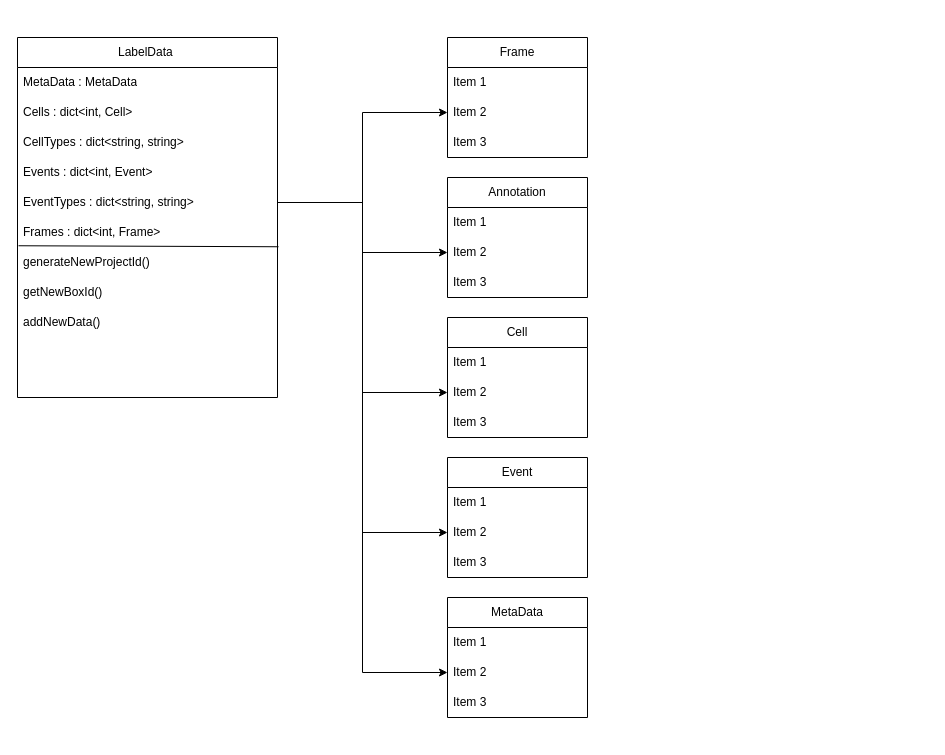
This is BetterDemo/DesignDocuments/labelData.drawio from TSABM/inbre-retina, a draw.io file, before an edit. Source tidied: cells renumbered, new cells numbered last; positions are measured from the earlier drawing's top-left corner, leaving out a move shared by most shapes. Both pictures are drawn from the tidied source at 100%, with x=0, y=0 at pixel (17, 37).
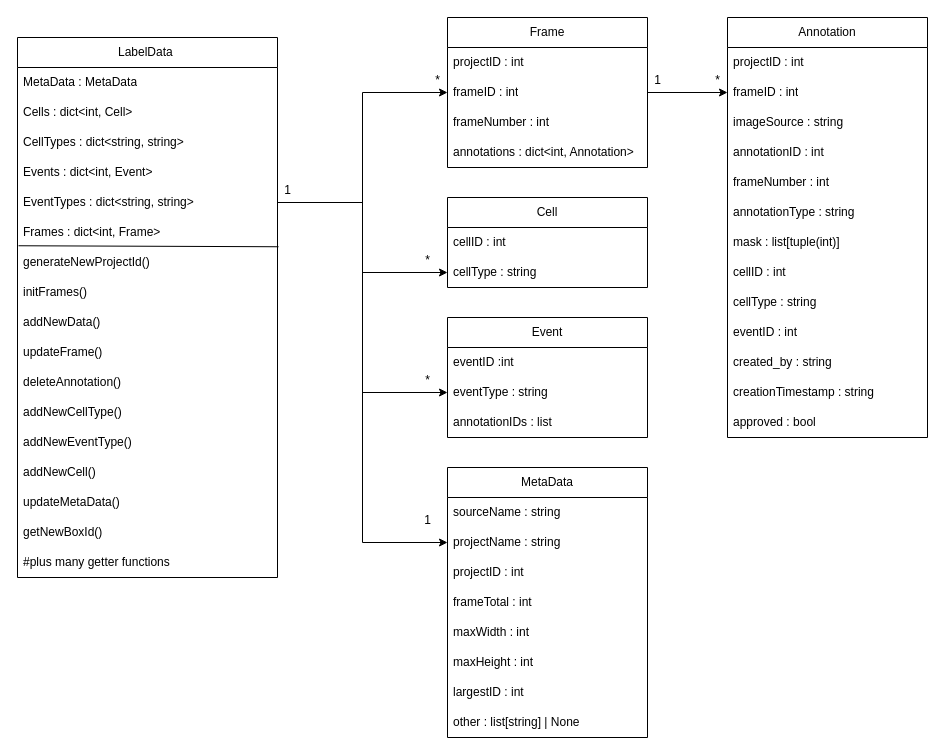
After the change.

Commit message (it also covers changes not shown here):
added more documentation for label data

The change refers to these unchanged cells:
```xml
<mxCell id="7" value="EventTypes : dict&amp;lt;string, string&amp;gt;" style="text;strokeColor=none;fillColor=none;align=left;verticalAlign=middle;spacingLeft=4;spacingRight=4;overflow=hidden;points=[[0,0.5],[1,0.5]];portConstraint=eastwest;whiteSpace=wrap;html=1;" parent="2" vertex="1">
  <mxGeometry y="150" width="260" height="30" as="geometry" />
</mxCell>
```

Diff of the diagram source:
```diff
@@
     <mxCell id="2" value="LabelData&amp;nbsp;" style="swimlane;fontStyle=0;horizontal=1;startSize=30;whiteSpace=wrap;html=1;swimlaneLine=1;" parent="1" vertex="1">
-      <mxGeometry width="260" height="360" as="geometry" />
+      <mxGeometry width="260" height="540" as="geometry" />
     </mxCell>
@@
-    <mxCell id="10" value="getNewBoxId()" style="text;strokeColor=none;fillColor=none;align=left;verticalAlign=middle;spacingLeft=4;spacingRight=4;overflow=hidden;whiteSpace=wrap;html=1;" parent="2" vertex="1">
-      <mxGeometry y="240" width="260" height="30" as="geometry" />
-    </mxCell>
+    <mxCell id="40" value="initFrames()" style="text;strokeColor=none;fillColor=none;align=left;verticalAlign=middle;spacingLeft=4;spacingRight=4;overflow=hidden;whiteSpace=wrap;html=1;" parent="2" vertex="1">
+      <mxGeometry y="240" width="260" height="30" as="geometry" />
+    </mxCell>
@@
-    <mxCell id="12" style="text;strokeColor=none;fillColor=none;align=left;verticalAlign=middle;spacingLeft=4;spacingRight=4;overflow=hidden;whiteSpace=wrap;html=1;" parent="2" vertex="1">
+    <mxCell id="12" value="updateFrame()" style="text;strokeColor=none;fillColor=none;align=left;verticalAlign=middle;spacingLeft=4;spacingRight=4;overflow=hidden;whiteSpace=wrap;html=1;" parent="2" vertex="1">
       <mxGeometry y="300" width="260" height="30" as="geometry" />
     </mxCell>
-    <mxCell id="13" style="text;strokeColor=none;fillColor=none;align=left;verticalAlign=middle;spacingLeft=4;spacingRight=4;overflow=hidden;whiteSpace=wrap;html=1;" parent="2" vertex="1">
+    <mxCell id="13" value="deleteAnnotation()" style="text;strokeColor=none;fillColor=none;align=left;verticalAlign=middle;spacingLeft=4;spacingRight=4;overflow=hidden;whiteSpace=wrap;html=1;" parent="2" vertex="1">
       <mxGeometry y="330" width="260" height="30" as="geometry" />
     </mxCell>
+    <mxCell id="41" value="addNewCellType()" style="text;strokeColor=none;fillColor=none;align=left;verticalAlign=middle;spacingLeft=4;spacingRight=4;overflow=hidden;whiteSpace=wrap;html=1;" parent="2" vertex="1">
+      <mxGeometry y="360" width="260" height="30" as="geometry" />
+    </mxCell>
+    <mxCell id="42" value="addNewEventType()" style="text;strokeColor=none;fillColor=none;align=left;verticalAlign=middle;spacingLeft=4;spacingRight=4;overflow=hidden;whiteSpace=wrap;html=1;" parent="2" vertex="1">
+      <mxGeometry y="390" width="260" height="30" as="geometry" />
+    </mxCell>
+    <mxCell id="43" value="addNewCell()" style="text;strokeColor=none;fillColor=none;align=left;verticalAlign=middle;spacingLeft=4;spacingRight=4;overflow=hidden;whiteSpace=wrap;html=1;" parent="2" vertex="1">
+      <mxGeometry y="420" width="260" height="30" as="geometry" />
+    </mxCell>
+    <mxCell id="44" value="updateMetaData()" style="text;strokeColor=none;fillColor=none;align=left;verticalAlign=middle;spacingLeft=4;spacingRight=4;overflow=hidden;whiteSpace=wrap;html=1;" parent="2" vertex="1">
+      <mxGeometry y="450" width="260" height="30" as="geometry" />
+    </mxCell>
+    <mxCell id="10" value="getNewBoxId()" style="text;strokeColor=none;fillColor=none;align=left;verticalAlign=middle;spacingLeft=4;spacingRight=4;overflow=hidden;whiteSpace=wrap;html=1;" parent="2" vertex="1">
+      <mxGeometry y="480" width="260" height="30" as="geometry" />
+    </mxCell>
+    <mxCell id="45" value="#plus many getter functions" style="text;strokeColor=none;fillColor=none;align=left;verticalAlign=middle;spacingLeft=4;spacingRight=4;overflow=hidden;whiteSpace=wrap;html=1;" parent="2" vertex="1">
+      <mxGeometry y="510" width="260" height="30" as="geometry" />
+    </mxCell>
@@
+    <mxCell id="46" style="edgeStyle=orthogonalEdgeStyle;rounded=0;jettySize=auto;html=1;entryX=0;entryY=0.5;entryDx=0;entryDy=0;" parent="1" edge="1" source="15" target="21">
+      <mxGeometry relative="1" as="geometry" />
+    </mxCell>
     <mxCell id="15" value="Frame" style="swimlane;fontStyle=0;horizontal=1;startSize=30;whiteSpace=wrap;html=1;" parent="1" vertex="1">
-      <mxGeometry x="430" width="140" height="120" as="geometry" />
+      <mxGeometry x="430" y="-20" width="200" height="150" as="geometry" />
     </mxCell>
-    <mxCell id="16" value="Item 1" style="text;strokeColor=none;fillColor=none;align=left;verticalAlign=middle;spacingLeft=4;spacingRight=4;overflow=hidden;whiteSpace=wrap;html=1;" parent="15" vertex="1">
-      <mxGeometry y="30" width="140" height="30" as="geometry" />
+    <mxCell id="16" value="projectID : int" style="text;strokeColor=none;fillColor=none;align=left;verticalAlign=middle;spacingLeft=4;spacingRight=4;overflow=hidden;whiteSpace=wrap;html=1;" parent="15" vertex="1">
+      <mxGeometry y="30" width="200" height="30" as="geometry" />
     </mxCell>
-    <mxCell id="17" value="Item 2" style="text;strokeColor=none;fillColor=none;align=left;verticalAlign=middle;spacingLeft=4;spacingRight=4;overflow=hidden;points=[[0,0.5],[1,0.5]];portConstraint=eastwest;whiteSpace=wrap;html=1;" parent="15" vertex="1">
-      <mxGeometry y="60" width="140" height="30" as="geometry" />
+    <mxCell id="17" value="frameID : int" style="text;strokeColor=none;fillColor=none;align=left;verticalAlign=middle;spacingLeft=4;spacingRight=4;overflow=hidden;points=[[0,0.5],[1,0.5]];portConstraint=eastwest;whiteSpace=wrap;html=1;" parent="15" vertex="1">
+      <mxGeometry y="60" width="200" height="30" as="geometry" />
     </mxCell>
-    <mxCell id="18" value="Item 3" style="text;strokeColor=none;fillColor=none;align=left;verticalAlign=middle;spacingLeft=4;spacingRight=4;overflow=hidden;whiteSpace=wrap;html=1;" parent="15" vertex="1">
-      <mxGeometry y="90" width="140" height="30" as="geometry" />
+    <mxCell id="18" value="frameNumber : int" style="text;strokeColor=none;fillColor=none;align=left;verticalAlign=middle;spacingLeft=4;spacingRight=4;overflow=hidden;whiteSpace=wrap;html=1;" parent="15" vertex="1">
+      <mxGeometry y="90" width="200" height="30" as="geometry" />
     </mxCell>
+    <mxCell id="47" value="annotations : dict&amp;lt;int, Annotation&amp;gt;" style="text;strokeColor=none;fillColor=none;align=left;verticalAlign=middle;spacingLeft=4;spacingRight=4;overflow=hidden;whiteSpace=wrap;html=1;" parent="15" vertex="1">
+      <mxGeometry y="120" width="200" height="30" as="geometry" />
+    </mxCell>
     <mxCell id="19" value="Annotation" style="swimlane;fontStyle=0;horizontal=1;startSize=30;whiteSpace=wrap;html=1;" parent="1" vertex="1">
-      <mxGeometry x="430" y="140" width="140" height="120" as="geometry" />
+      <mxGeometry x="710" y="-20" width="200" height="420" as="geometry" />
     </mxCell>
-    <mxCell id="20" value="Item 1" style="text;strokeColor=none;fillColor=none;align=left;verticalAlign=middle;spacingLeft=4;spacingRight=4;overflow=hidden;whiteSpace=wrap;html=1;" parent="19" vertex="1">
-      <mxGeometry y="30" width="140" height="30" as="geometry" />
+    <mxCell id="20" value="projectID : int" style="text;strokeColor=none;fillColor=none;align=left;verticalAlign=middle;spacingLeft=4;spacingRight=4;overflow=hidden;whiteSpace=wrap;html=1;" parent="19" vertex="1">
+      <mxGeometry y="30" width="200" height="30" as="geometry" />
     </mxCell>
-    <mxCell id="21" value="Item 2" style="text;strokeColor=none;fillColor=none;align=left;verticalAlign=middle;spacingLeft=4;spacingRight=4;overflow=hidden;points=[[0,0.5],[1,0.5]];portConstraint=eastwest;whiteSpace=wrap;html=1;" parent="19" vertex="1">
-      <mxGeometry y="60" width="140" height="30" as="geometry" />
+    <mxCell id="21" value="frameID : int" style="text;strokeColor=none;fillColor=none;align=left;verticalAlign=middle;spacingLeft=4;spacingRight=4;overflow=hidden;points=[[0,0.5],[1,0.5]];portConstraint=eastwest;whiteSpace=wrap;html=1;" parent="19" vertex="1">
+      <mxGeometry y="60" width="200" height="30" as="geometry" />
     </mxCell>
-    <mxCell id="22" value="Item 3" style="text;strokeColor=none;fillColor=none;align=left;verticalAlign=middle;spacingLeft=4;spacingRight=4;overflow=hidden;whiteSpace=wrap;html=1;" parent="19" vertex="1">
-      <mxGeometry y="90" width="140" height="30" as="geometry" />
+    <mxCell id="22" value="imageSource : string" style="text;strokeColor=none;fillColor=none;align=left;verticalAlign=middle;spacingLeft=4;spacingRight=4;overflow=hidden;whiteSpace=wrap;html=1;" parent="19" vertex="1">
+      <mxGeometry y="90" width="200" height="30" as="geometry" />
     </mxCell>
+    <mxCell id="48" value="annotationID : int" style="text;strokeColor=none;fillColor=none;align=left;verticalAlign=middle;spacingLeft=4;spacingRight=4;overflow=hidden;whiteSpace=wrap;html=1;" parent="19" vertex="1">
+      <mxGeometry y="120" width="200" height="30" as="geometry" />
+    </mxCell>
+    <mxCell id="49" value="frameNumber : int" style="text;strokeColor=none;fillColor=none;align=left;verticalAlign=middle;spacingLeft=4;spacingRight=4;overflow=hidden;whiteSpace=wrap;html=1;" parent="19" vertex="1">
+      <mxGeometry y="150" width="200" height="30" as="geometry" />
+    </mxCell>
+    <mxCell id="50" value="annotationType : string" style="text;strokeColor=none;fillColor=none;align=left;verticalAlign=middle;spacingLeft=4;spacingRight=4;overflow=hidden;whiteSpace=wrap;html=1;" parent="19" vertex="1">
+      <mxGeometry y="180" width="200" height="30" as="geometry" />
+    </mxCell>
+    <mxCell id="51" value="mask : list[tuple(int)]" style="text;strokeColor=none;fillColor=none;align=left;verticalAlign=middle;spacingLeft=4;spacingRight=4;overflow=hidden;whiteSpace=wrap;html=1;" parent="19" vertex="1">
+      <mxGeometry y="210" width="200" height="30" as="geometry" />
+    </mxCell>
+    <mxCell id="52" value="cellID : int" style="text;strokeColor=none;fillColor=none;align=left;verticalAlign=middle;spacingLeft=4;spacingRight=4;overflow=hidden;whiteSpace=wrap;html=1;" parent="19" vertex="1">
+      <mxGeometry y="240" width="200" height="30" as="geometry" />
+    </mxCell>
+    <mxCell id="53" value="cellType : string" style="text;strokeColor=none;fillColor=none;align=left;verticalAlign=middle;spacingLeft=4;spacingRight=4;overflow=hidden;whiteSpace=wrap;html=1;" parent="19" vertex="1">
+      <mxGeometry y="270" width="200" height="30" as="geometry" />
+    </mxCell>
+    <mxCell id="54" value="eventID : int" style="text;strokeColor=none;fillColor=none;align=left;verticalAlign=middle;spacingLeft=4;spacingRight=4;overflow=hidden;whiteSpace=wrap;html=1;" parent="19" vertex="1">
+      <mxGeometry y="300" width="200" height="30" as="geometry" />
+    </mxCell>
+    <mxCell id="55" value="created_by : string" style="text;strokeColor=none;fillColor=none;align=left;verticalAlign=middle;spacingLeft=4;spacingRight=4;overflow=hidden;whiteSpace=wrap;html=1;" parent="19" vertex="1">
+      <mxGeometry y="330" width="200" height="30" as="geometry" />
+    </mxCell>
+    <mxCell id="56" value="creationTimestamp : string" style="text;strokeColor=none;fillColor=none;align=left;verticalAlign=middle;spacingLeft=4;spacingRight=4;overflow=hidden;whiteSpace=wrap;html=1;" parent="19" vertex="1">
+      <mxGeometry y="360" width="200" height="30" as="geometry" />
+    </mxCell>
+    <mxCell id="57" value="approved : bool" style="text;strokeColor=none;fillColor=none;align=left;verticalAlign=middle;spacingLeft=4;spacingRight=4;overflow=hidden;whiteSpace=wrap;html=1;" parent="19" vertex="1">
+      <mxGeometry y="390" width="200" height="30" as="geometry" />
+    </mxCell>
     <mxCell id="23" value="Cell" style="swimlane;fontStyle=0;horizontal=1;startSize=30;whiteSpace=wrap;html=1;" parent="1" vertex="1">
-      <mxGeometry x="430" y="280" width="140" height="120" as="geometry" />
+      <mxGeometry x="430" y="160" width="200" height="90" as="geometry" />
     </mxCell>
-    <mxCell id="24" value="Item 1" style="text;strokeColor=none;fillColor=none;align=left;verticalAlign=middle;spacingLeft=4;spacingRight=4;overflow=hidden;whiteSpace=wrap;html=1;" parent="23" vertex="1">
-      <mxGeometry y="30" width="140" height="30" as="geometry" />
+    <mxCell id="24" value="cellID : int" style="text;strokeColor=none;fillColor=none;align=left;verticalAlign=middle;spacingLeft=4;spacingRight=4;overflow=hidden;whiteSpace=wrap;html=1;" parent="23" vertex="1">
+      <mxGeometry y="30" width="200" height="30" as="geometry" />
     </mxCell>
-    <mxCell id="25" value="Item 2" style="text;strokeColor=none;fillColor=none;align=left;verticalAlign=middle;spacingLeft=4;spacingRight=4;overflow=hidden;points=[[0,0.5],[1,0.5]];portConstraint=eastwest;whiteSpace=wrap;html=1;" parent="23" vertex="1">
-      <mxGeometry y="60" width="140" height="30" as="geometry" />
+    <mxCell id="25" value="cellType : string" style="text;strokeColor=none;fillColor=none;align=left;verticalAlign=middle;spacingLeft=4;spacingRight=4;overflow=hidden;points=[[0,0.5],[1,0.5]];portConstraint=eastwest;whiteSpace=wrap;html=1;" parent="23" vertex="1">
+      <mxGeometry y="60" width="200" height="30" as="geometry" />
     </mxCell>
-    <mxCell id="26" value="Item 3" style="text;strokeColor=none;fillColor=none;align=left;verticalAlign=middle;spacingLeft=4;spacingRight=4;overflow=hidden;whiteSpace=wrap;html=1;" parent="23" vertex="1">
-      <mxGeometry y="90" width="140" height="30" as="geometry" />
-    </mxCell>
     <mxCell id="27" value="Event" style="swimlane;fontStyle=0;horizontal=1;startSize=30;whiteSpace=wrap;html=1;" parent="1" vertex="1">
-      <mxGeometry x="430" y="420" width="140" height="120" as="geometry" />
+      <mxGeometry x="430" y="280" width="200" height="120" as="geometry" />
     </mxCell>
-    <mxCell id="28" value="Item 1" style="text;strokeColor=none;fillColor=none;align=left;verticalAlign=middle;spacingLeft=4;spacingRight=4;overflow=hidden;whiteSpace=wrap;html=1;" parent="27" vertex="1">
-      <mxGeometry y="30" width="140" height="30" as="geometry" />
+    <mxCell id="28" value="eventID :int" style="text;strokeColor=none;fillColor=none;align=left;verticalAlign=middle;spacingLeft=4;spacingRight=4;overflow=hidden;whiteSpace=wrap;html=1;" parent="27" vertex="1">
+      <mxGeometry y="30" width="200" height="30" as="geometry" />
     </mxCell>
-    <mxCell id="29" value="Item 2" style="text;strokeColor=none;fillColor=none;align=left;verticalAlign=middle;spacingLeft=4;spacingRight=4;overflow=hidden;points=[[0,0.5],[1,0.5]];portConstraint=eastwest;whiteSpace=wrap;html=1;" parent="27" vertex="1">
-      <mxGeometry y="60" width="140" height="30" as="geometry" />
+    <mxCell id="29" value="eventType : string" style="text;strokeColor=none;fillColor=none;align=left;verticalAlign=middle;spacingLeft=4;spacingRight=4;overflow=hidden;points=[[0,0.5],[1,0.5]];portConstraint=eastwest;whiteSpace=wrap;html=1;" parent="27" vertex="1">
+      <mxGeometry y="60" width="200" height="30" as="geometry" />
     </mxCell>
-    <mxCell id="30" value="Item 3" style="text;strokeColor=none;fillColor=none;align=left;verticalAlign=middle;spacingLeft=4;spacingRight=4;overflow=hidden;whiteSpace=wrap;html=1;" parent="27" vertex="1">
-      <mxGeometry y="90" width="140" height="30" as="geometry" />
+    <mxCell id="30" value="annotationIDs : list" style="text;strokeColor=none;fillColor=none;align=left;verticalAlign=middle;spacingLeft=4;spacingRight=4;overflow=hidden;whiteSpace=wrap;html=1;" parent="27" vertex="1">
+      <mxGeometry y="90" width="200" height="30" as="geometry" />
     </mxCell>
     <mxCell id="31" value="MetaData" style="swimlane;fontStyle=0;horizontal=1;startSize=30;whiteSpace=wrap;html=1;" parent="1" vertex="1">
-      <mxGeometry x="430" y="560" width="140" height="120" as="geometry" />
+      <mxGeometry x="430" y="430" width="200" height="270" as="geometry" />
     </mxCell>
-    <mxCell id="32" value="Item 1" style="text;strokeColor=none;fillColor=none;align=left;verticalAlign=middle;spacingLeft=4;spacingRight=4;overflow=hidden;whiteSpace=wrap;html=1;" parent="31" vertex="1">
-      <mxGeometry y="30" width="140" height="30" as="geometry" />
+    <mxCell id="32" value="sourceName : string" style="text;strokeColor=none;fillColor=none;align=left;verticalAlign=middle;spacingLeft=4;spacingRight=4;overflow=hidden;whiteSpace=wrap;html=1;" parent="31" vertex="1">
+      <mxGeometry y="30" width="200" height="30" as="geometry" />
     </mxCell>
-    <mxCell id="33" value="Item 2" style="text;strokeColor=none;fillColor=none;align=left;verticalAlign=middle;spacingLeft=4;spacingRight=4;overflow=hidden;points=[[0,0.5],[1,0.5]];portConstraint=eastwest;whiteSpace=wrap;html=1;" parent="31" vertex="1">
-      <mxGeometry y="60" width="140" height="30" as="geometry" />
+    <mxCell id="33" value="projectName : string" style="text;strokeColor=none;fillColor=none;align=left;verticalAlign=middle;spacingLeft=4;spacingRight=4;overflow=hidden;points=[[0,0.5],[1,0.5]];portConstraint=eastwest;whiteSpace=wrap;html=1;" parent="31" vertex="1">
+      <mxGeometry y="60" width="200" height="30" as="geometry" />
     </mxCell>
-    <mxCell id="34" value="Item 3" style="text;strokeColor=none;fillColor=none;align=left;verticalAlign=middle;spacingLeft=4;spacingRight=4;overflow=hidden;whiteSpace=wrap;html=1;" parent="31" vertex="1">
-      <mxGeometry y="90" width="140" height="30" as="geometry" />
+    <mxCell id="34" value="projectID : int" style="text;strokeColor=none;fillColor=none;align=left;verticalAlign=middle;spacingLeft=4;spacingRight=4;overflow=hidden;whiteSpace=wrap;html=1;" parent="31" vertex="1">
+      <mxGeometry y="90" width="200" height="30" as="geometry" />
     </mxCell>
+    <mxCell id="58" value="frameTotal : int" style="text;strokeColor=none;fillColor=none;align=left;verticalAlign=middle;spacingLeft=4;spacingRight=4;overflow=hidden;whiteSpace=wrap;html=1;" parent="31" vertex="1">
+      <mxGeometry y="120" width="200" height="30" as="geometry" />
+    </mxCell>
+    <mxCell id="59" value="maxWidth : int" style="text;strokeColor=none;fillColor=none;align=left;verticalAlign=middle;spacingLeft=4;spacingRight=4;overflow=hidden;whiteSpace=wrap;html=1;" parent="31" vertex="1">
+      <mxGeometry y="150" width="200" height="30" as="geometry" />
+    </mxCell>
+    <mxCell id="60" value="maxHeight : int" style="text;strokeColor=none;fillColor=none;align=left;verticalAlign=middle;spacingLeft=4;spacingRight=4;overflow=hidden;whiteSpace=wrap;html=1;" parent="31" vertex="1">
+      <mxGeometry y="180" width="200" height="30" as="geometry" />
+    </mxCell>
+    <mxCell id="61" value="largestID : int" style="text;strokeColor=none;fillColor=none;align=left;verticalAlign=middle;spacingLeft=4;spacingRight=4;overflow=hidden;whiteSpace=wrap;html=1;" parent="31" vertex="1">
+      <mxGeometry y="210" width="200" height="30" as="geometry" />
+    </mxCell>
+    <mxCell id="62" value="other : list[string] | None" style="text;strokeColor=none;fillColor=none;align=left;verticalAlign=middle;spacingLeft=4;spacingRight=4;overflow=hidden;whiteSpace=wrap;html=1;" parent="31" vertex="1">
+      <mxGeometry y="240" width="200" height="30" as="geometry" />
+    </mxCell>
@@
-    <mxCell id="36" style="edgeStyle=orthogonalEdgeStyle;rounded=0;jettySize=auto;html=1;exitX=1;exitY=0.5;exitDx=0;exitDy=0;entryX=0;entryY=0.5;entryDx=0;entryDy=0;" parent="1" edge="1" source="7" target="21">
-      <mxGeometry relative="1" as="geometry" />
-    </mxCell>
@@
+    <mxCell id="63" value="1" style="text;html=1;align=center;verticalAlign=middle;strokeColor=none;fillColor=none;" parent="1" vertex="1">
+      <mxGeometry x="255" y="138" width="30" height="30" as="geometry" />
+    </mxCell>
+    <mxCell id="64" value="*" style="text;html=1;align=center;verticalAlign=middle;strokeColor=none;fillColor=none;" parent="1" vertex="1">
+      <mxGeometry x="405" y="28" width="30" height="30" as="geometry" />
+    </mxCell>
+    <mxCell id="65" value="*" style="text;html=1;align=center;verticalAlign=middle;strokeColor=none;fillColor=none;" parent="1" vertex="1">
+      <mxGeometry x="395" y="208" width="30" height="30" as="geometry" />
+    </mxCell>
+    <mxCell id="66" value="*" style="text;html=1;align=center;verticalAlign=middle;strokeColor=none;fillColor=none;" parent="1" vertex="1">
+      <mxGeometry x="395" y="328" width="30" height="30" as="geometry" />
+    </mxCell>
+    <mxCell id="67" value="1" style="text;html=1;align=center;verticalAlign=middle;strokeColor=none;fillColor=none;" parent="1" vertex="1">
+      <mxGeometry x="395" y="468" width="30" height="30" as="geometry" />
+    </mxCell>
+    <mxCell id="68" value="*" style="text;html=1;align=center;verticalAlign=middle;strokeColor=none;fillColor=none;" parent="1" vertex="1">
+      <mxGeometry x="685" y="28" width="30" height="30" as="geometry" />
+    </mxCell>
+    <mxCell id="69" value="1" style="text;html=1;align=center;verticalAlign=middle;strokeColor=none;fillColor=none;" parent="1" vertex="1">
+      <mxGeometry x="625" y="28" width="30" height="30" as="geometry" />
+    </mxCell>
```
